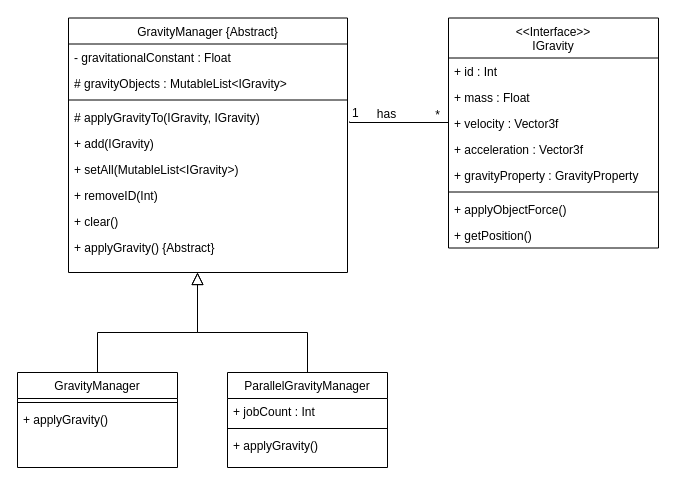
Earlier version of the draw.io diagram Documents/Diagrams/GravityManager class diagram.drawio (DennisGoss99/BachelorThesis). Source tidied: cells renumbered, new cells numbered last; positions are measured from the earlier drawing's top-left corner, leaving out a move shared by most shapes. Both pictures are drawn from the tidied source at 100%, with x=0, y=0 at pixel (17, 18).
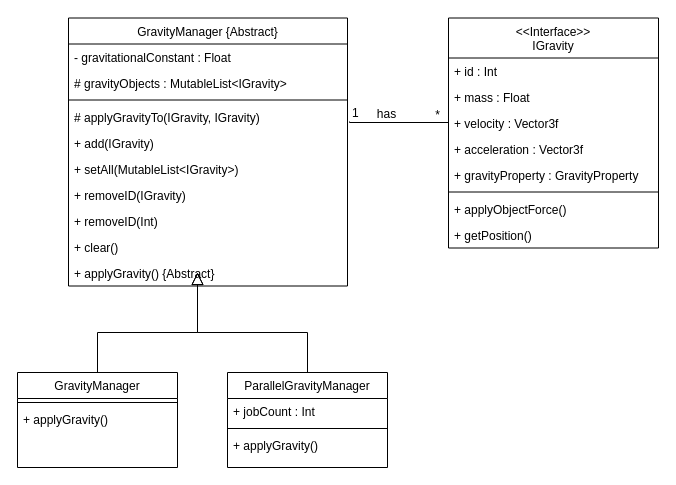
Above is the later version.

What changed in the source:
```diff
@@
     <mxCell id="2" value="GravityManager {Abstract}" style="swimlane;fontStyle=0;align=center;verticalAlign=top;horizontal=1;startSize=26;rounded=0;shadow=0;strokeWidth=1;fillColor=none;" parent="1" vertex="1">
-      <mxGeometry x="51" y="-0.5" width="279" height="254.5" as="geometry" />
+      <mxGeometry x="51" y="-0.5" width="279" height="268" as="geometry" />
     </mxCell>
@@
+    <mxCell id="34" value="+ removeID(IGravity)" style="text;strokeColor=none;fillColor=none;align=left;verticalAlign=top;spacingLeft=4;spacingRight=4;overflow=hidden;" parent="2" vertex="1">
+      <mxGeometry y="164" width="279" height="26" as="geometry" />
+    </mxCell>
     <mxCell id="9" value="+ removeID(Int)" style="text;strokeColor=none;fillColor=none;align=left;verticalAlign=top;spacingLeft=4;spacingRight=4;overflow=hidden;" parent="2" vertex="1">
-      <mxGeometry y="164" width="279" height="26" as="geometry" />
+      <mxGeometry y="190" width="279" height="26" as="geometry" />
     </mxCell>
     <mxCell id="10" value="+ clear() " style="text;strokeColor=none;fillColor=none;align=left;verticalAlign=top;spacingLeft=4;spacingRight=4;overflow=hidden;" parent="2" vertex="1">
-      <mxGeometry y="190" width="279" height="26" as="geometry" />
+      <mxGeometry y="216" width="279" height="26" as="geometry" />
     </mxCell>
     <mxCell id="11" value="+ applyGravity() {Abstract}" style="text;strokeColor=none;fillColor=none;align=left;verticalAlign=top;spacingLeft=4;spacingRight=4;overflow=hidden;" parent="2" vertex="1">
-      <mxGeometry y="216" width="279" height="26" as="geometry" />
+      <mxGeometry y="242" width="279" height="26" as="geometry" />
     </mxCell>
```
